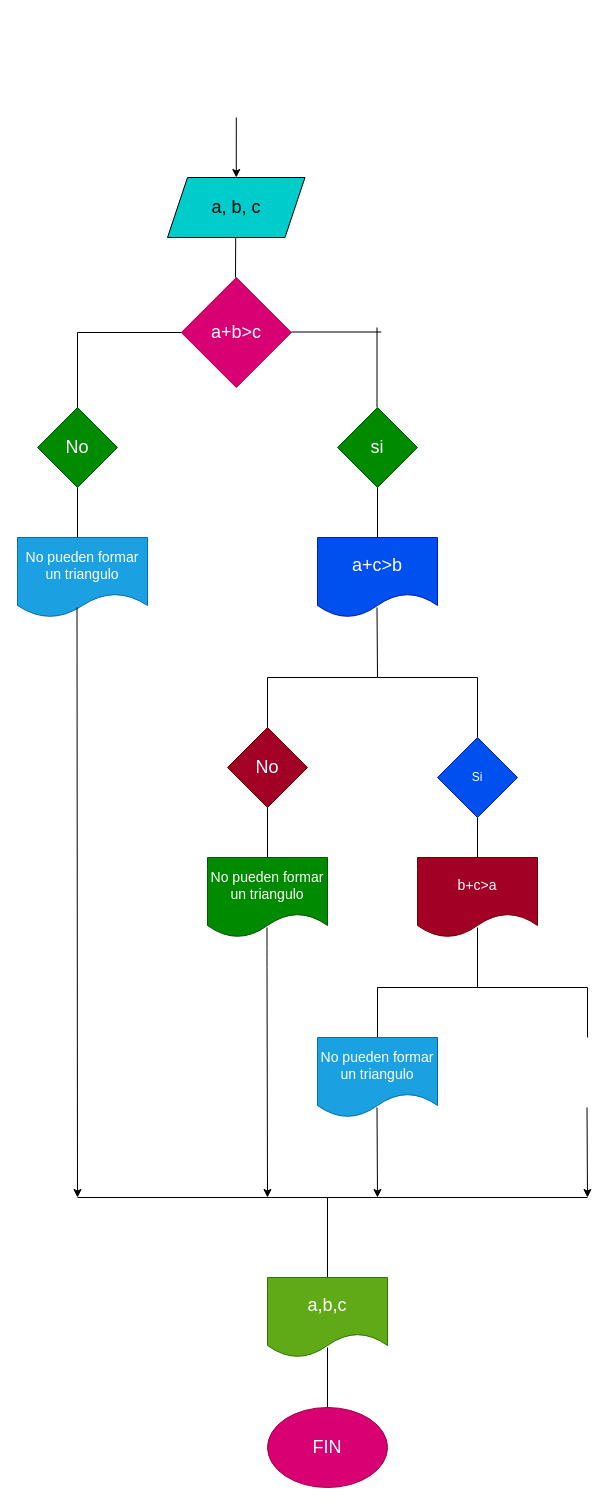
The draw.io diagram Diagrama.drawio in SamyrArchila/Quiz_Condicionales, before the edit. Source tidied: cells renumbered, new cells numbered last; positions are measured from the earlier drawing's top-left corner, leaving out a move shared by most shapes. Both pictures are drawn from the tidied source at 100%, with x=0, y=0 at pixel (17, 117).
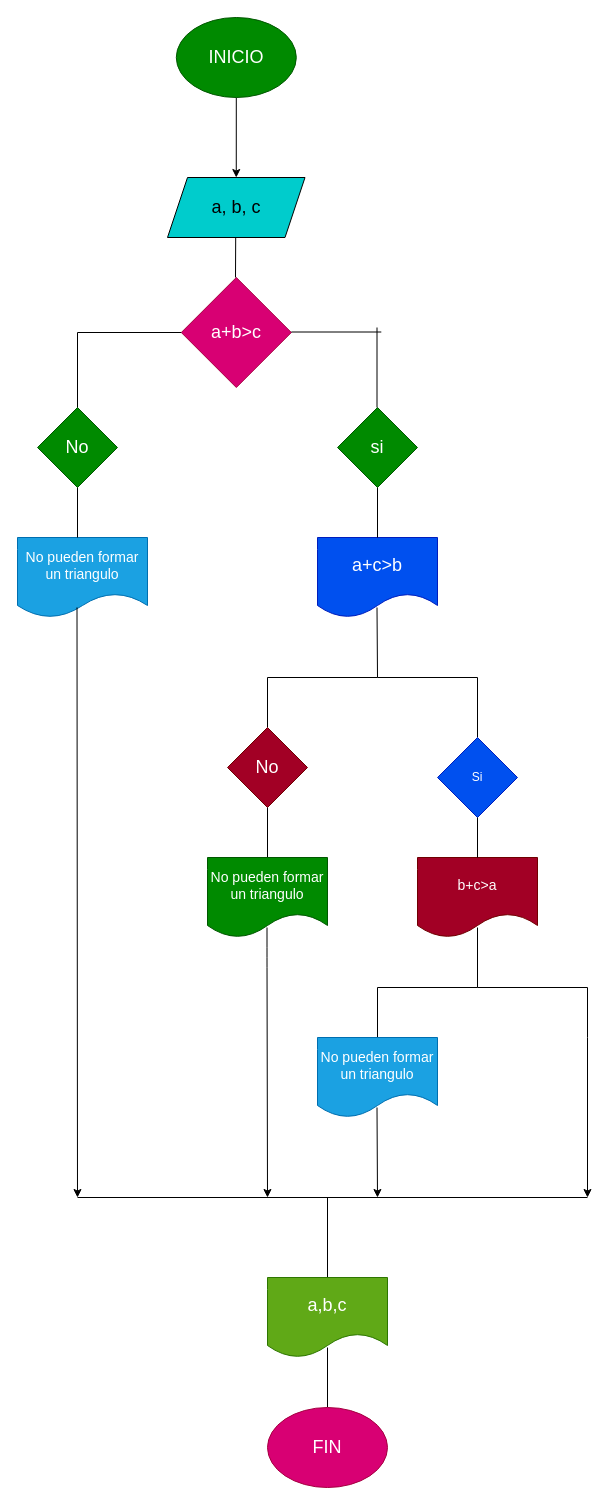
Above is the later version.

The change refers to these unchanged cells:
```xml
<mxCell id="3" value="&lt;font style=&quot;font-size: 18px;&quot;&gt;a, b, c&lt;/font&gt;" style="shape=parallelogram;perimeter=parallelogramPerimeter;whiteSpace=wrap;html=1;fixedSize=1;fillColor=#00CCCC;" parent="1" vertex="1">
  <mxGeometry x="150" y="60" width="137.5" height="60" as="geometry" />
</mxCell>
```

The edit, as a diff of the source:
```diff
@@
-    <mxCell id="2" style="edgeStyle=none;html=1;" parent="1" edge="1" target="3">
-      <mxGeometry relative="1" as="geometry">
-        <mxPoint x="218.8" as="sourcePoint" />
-      </mxGeometry>
+    <mxCell id="2" style="edgeStyle=none;html=1;exitX=0.5;exitY=1;exitDx=0;exitDy=0;" parent="1" edge="1" source="43" target="3">
+      <mxGeometry relative="1" as="geometry" />
     </mxCell>
@@
     <mxCell id="35" style="endArrow=classic;html=1;" parent="1" edge="1">
       <mxGeometry relative="1" as="geometry">
-        <mxPoint x="569.5" y="990" as="sourcePoint" />
+        <mxPoint x="570" y="920" as="sourcePoint" />
         <mxPoint x="570" y="1080" as="targetPoint" />
       </mxGeometry>
     </mxCell>
@@
+    <mxCell id="43" value="&lt;font style=&quot;font-size: 18px;&quot;&gt;INICIO&lt;/font&gt;" style="ellipse;whiteSpace=wrap;html=1;fillColor=#008a00;fontColor=#ffffff;strokeColor=#005700;" parent="1" vertex="1">
+      <mxGeometry x="158.8" y="-100" width="120" height="80" as="geometry" />
+    </mxCell>
```
